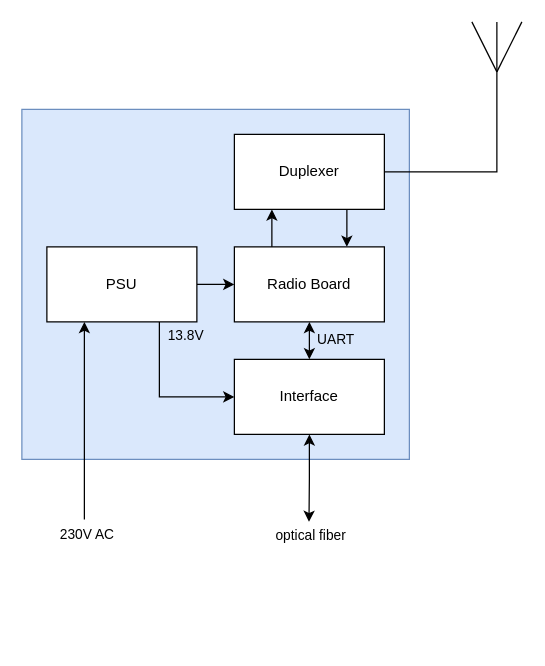
Above: gfx/RRU.drawio in M17-Project/CARI (draw.io), before the change. Source tidied: cells renumbered, new cells numbered last; positions are measured from the earlier drawing's top-left corner, leaving out a move shared by most shapes. Both pictures are drawn from the tidied source at 125%, with x=0, y=0 at pixel (21, 21).
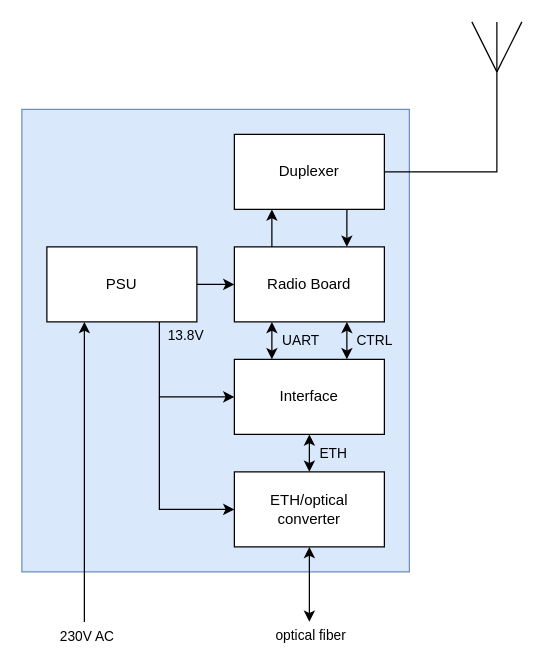
The same page after the edit.

The change refers to these unchanged cells:
```xml
<mxCell id="7" value="Radio Board" style="rounded=0;whiteSpace=wrap;html=1;" parent="1" vertex="1">
  <mxGeometry x="170" y="180" width="120" height="60" as="geometry" />
</mxCell>
<mxCell id="12" value="PSU" style="rounded=0;whiteSpace=wrap;html=1;" parent="1" vertex="1">
  <mxGeometry x="20" y="180" width="120" height="60" as="geometry" />
</mxCell>
<mxCell id="16" value="Interface" style="rounded=0;whiteSpace=wrap;html=1;" parent="1" vertex="1">
  <mxGeometry x="170" y="270" width="120" height="60" as="geometry" />
</mxCell>
```

The edit, as a diff of the source:
```diff
@@
     <mxCell id="2" style="rounded=0;whiteSpace=wrap;html=1;fillColor=#dae8fc;strokeColor=#6c8ebf;" parent="1" vertex="1">
-      <mxGeometry y="70" width="310" height="280" as="geometry" />
+      <mxGeometry y="70" width="310" height="370" as="geometry" />
     </mxCell>
@@
     <mxCell id="10" style="edgeStyle=orthogonalEdgeStyle;rounded=0;jettySize=auto;html=1;exitX=0.25;exitY=1;exitDx=0;exitDy=0;endArrow=none;endFill=0;startArrow=classic;startFill=1;" parent="1" edge="1" source="12">
       <mxGeometry relative="1" as="geometry">
-        <mxPoint x="50" y="398" as="targetPoint" />
+        <mxPoint x="50" y="480" as="targetPoint" />
       </mxGeometry>
     </mxCell>
     <mxCell id="11" value="230V AC" style="edgeLabel;html=1;align=center;verticalAlign=middle;" parent="10" vertex="1">
       <mxGeometry x="0.68" y="-1" relative="1" as="geometry">
-        <mxPoint x="2" y="37" as="offset" />
+        <mxPoint x="2" y="50" as="offset" />
       </mxGeometry>
     </mxCell>
@@
-    <mxCell id="13" style="edgeStyle=orthogonalEdgeStyle;rounded=0;jettySize=auto;html=1;exitX=0.5;exitY=1;exitDx=0;exitDy=0;startArrow=classic;startFill=1;" parent="1" edge="1" source="16">
-      <mxGeometry relative="1" as="geometry">
-        <mxPoint x="229.7" y="400" as="targetPoint" />
-      </mxGeometry>
-    </mxCell>
-    <mxCell id="14" style="edgeStyle=orthogonalEdgeStyle;rounded=0;jettySize=auto;html=1;startArrow=classic;startFill=1;" parent="1" edge="1" source="16" target="7">
+    <mxCell id="14" style="edgeStyle=orthogonalEdgeStyle;rounded=0;jettySize=auto;html=1;startArrow=classic;startFill=1;entryX=0.25;entryY=1;entryDx=0;entryDy=0;exitX=0.25;exitY=0;exitDx=0;exitDy=0;" parent="1" edge="1" source="16" target="7">
       <mxGeometry relative="1" as="geometry" />
     </mxCell>
     <mxCell id="15" value="UART" style="edgeLabel;html=1;align=center;verticalAlign=middle;labelBackgroundColor=none;" parent="14" vertex="1">
       <mxGeometry x="0.47" y="2" relative="1" as="geometry">
-        <mxPoint x="22" as="offset" />
+        <mxPoint x="24" y="6" as="offset" />
       </mxGeometry>
     </mxCell>
+    <mxCell id="23" style="edgeStyle=orthogonalEdgeStyle;rounded=0;jettySize=auto;html=1;exitX=0.5;exitY=1;exitDx=0;exitDy=0;entryX=0.5;entryY=0;entryDx=0;entryDy=0;startArrow=classic;startFill=1;" parent="1" edge="1" source="16" target="25">
+      <mxGeometry relative="1" as="geometry" />
+    </mxCell>
+    <mxCell id="24" value="ETH" style="edgeLabel;html=1;align=center;verticalAlign=middle;fontFamily=Helvetica;fontSize=11;fontColor=default;labelBackgroundColor=none;fillColor=none;gradientColor=none;" parent="23" vertex="1">
+      <mxGeometry x="-0.13" y="1" relative="1" as="geometry">
+        <mxPoint x="17" y="1" as="offset" />
+      </mxGeometry>
+    </mxCell>
@@
     <mxCell id="21" value="optical fiber" style="edgeLabel;html=1;align=center;verticalAlign=middle;comic=0;" parent="1" vertex="1">
-      <mxGeometry x="230" y="410" as="geometry" />
+      <mxGeometry x="230" y="490" as="geometry" />
     </mxCell>
@@
+    <mxCell id="25" value="ETH/optical&lt;br&gt;converter" style="rounded=0;whiteSpace=wrap;html=1;" parent="1" vertex="1">
+      <mxGeometry x="170" y="360" width="120" height="60" as="geometry" />
+    </mxCell>
+    <mxCell id="26" style="endArrow=classic;startArrow=classic;html=1;rounded=0;entryX=0.75;entryY=1;entryDx=0;entryDy=0;exitX=0.75;exitY=0;exitDx=0;exitDy=0;" parent="1" edge="1" source="16" target="7">
+      <mxGeometry relative="1" as="geometry" />
+    </mxCell>
+    <mxCell id="27" value="CTRL" style="edgeLabel;html=1;align=center;verticalAlign=middle;fillOpacity=100;fontFamily=Helvetica;fontSize=11;fontColor=default;labelBackgroundColor=none;fillColor=none;gradientColor=none;" parent="26" vertex="1">
+      <mxGeometry x="0.09" y="-1" relative="1" as="geometry">
+        <mxPoint x="20" as="offset" />
+      </mxGeometry>
+    </mxCell>
+    <mxCell id="28" style="endArrow=classic;html=1;rounded=0;entryX=0;entryY=0.5;entryDx=0;entryDy=0;" parent="1" edge="1" target="25">
+      <mxGeometry relative="1" as="geometry">
+        <mxPoint x="110" y="300" as="sourcePoint" />
+        <Array as="points">
+          <mxPoint x="110" y="390" />
+        </Array>
+      </mxGeometry>
+    </mxCell>
+    <mxCell id="29" style="endArrow=classic;startArrow=classic;html=1;rounded=0;entryX=0.5;entryY=1;entryDx=0;entryDy=0;" parent="1" edge="1" target="25">
+      <mxGeometry relative="1" as="geometry">
+        <mxPoint x="230" y="480" as="sourcePoint" />
+      </mxGeometry>
+    </mxCell>
```
